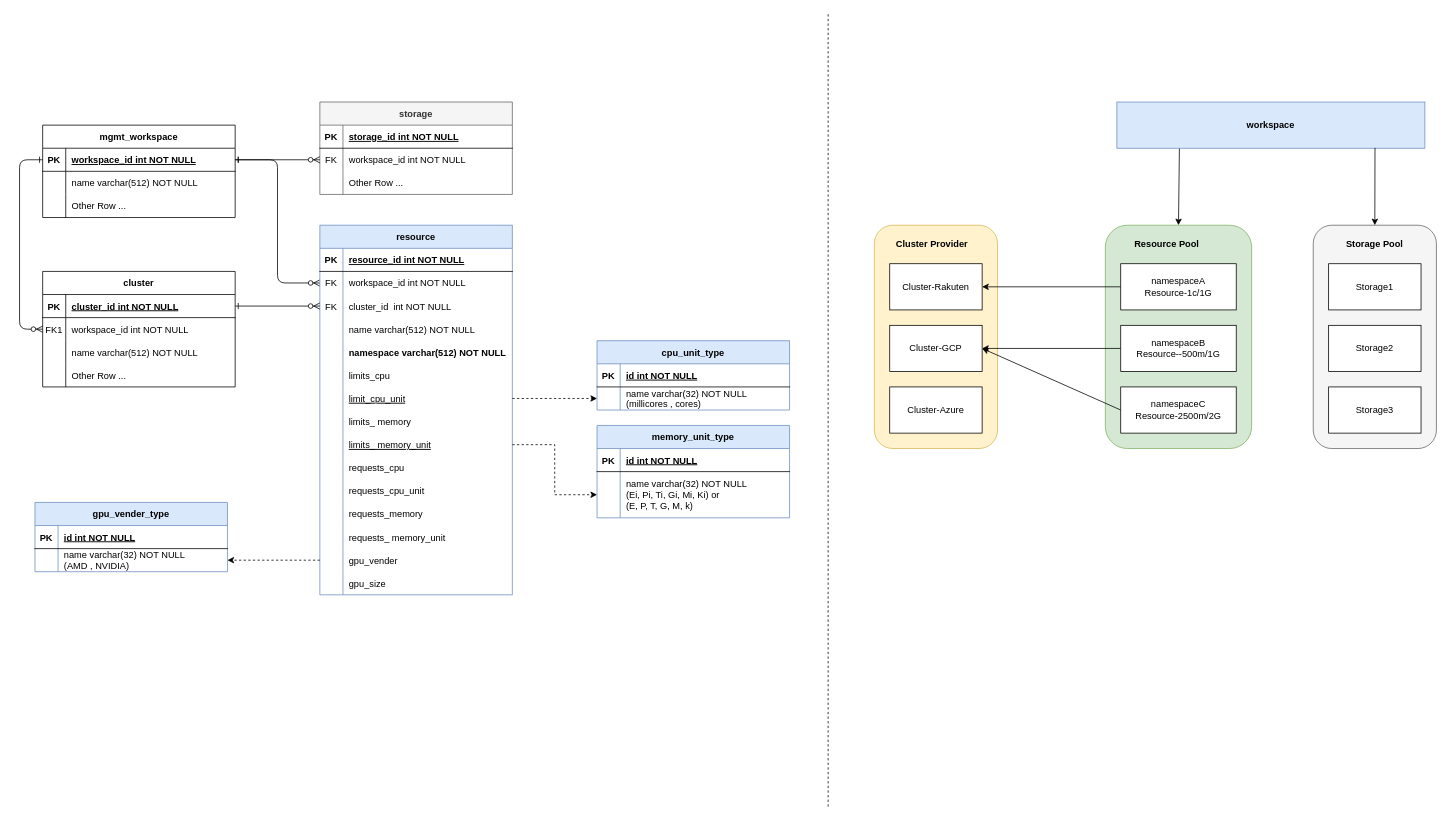
The draw.io diagram page "Page-1" (1 of 2) of Resource_Pool2.drawio in LiuJin1203/graph, before the edit. Source tidied: cells renumbered, new cells numbered last; positions are measured from the earlier drawing's top-left corner, leaving out a move shared by most shapes. Both pictures are drawn from the tidied source at 77%, with x=0, y=0 at pixel (19, 13).
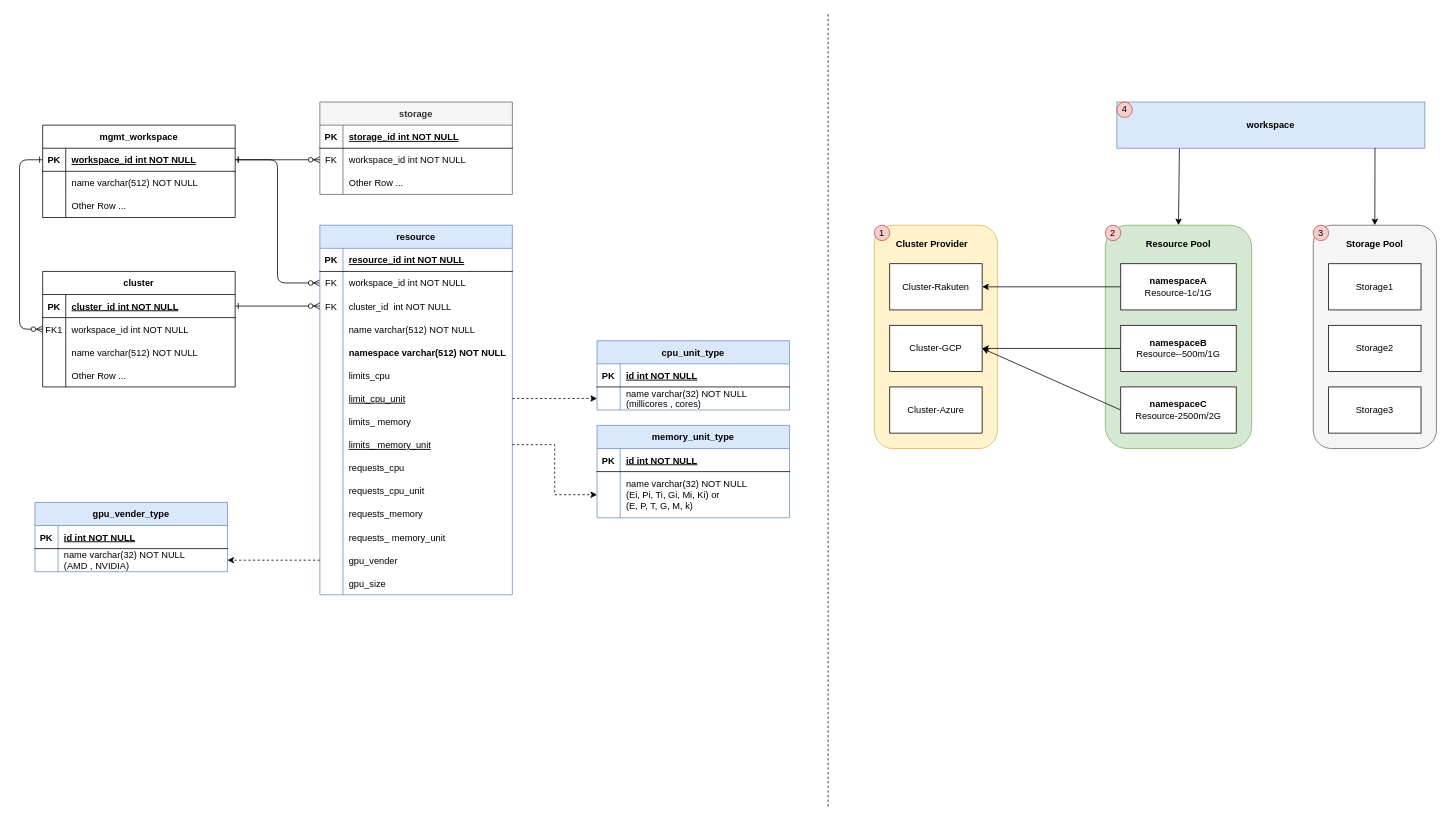
Above is the later version.

Unchanged cells that the change refers to:
```xml
<mxCell id="112" style="group;" parent="1" vertex="1">
  <mxGeometry x="1110" y="275" width="160" height="290" as="geometry" />
</mxCell>
<mxCell id="118" style="group;" parent="1" vertex="1">
  <mxGeometry x="1680" y="275" width="160" height="290" as="geometry" />
</mxCell>
```

Diff of the diagram source:
```diff
@@
+    <mxCell id="133" value="1" style="ellipse;whiteSpace=wrap;html=1;fontSize=12;strokeWidth=1;fillColor=#f8cecc;strokeColor=#b85450;" parent="112" vertex="1">
+      <mxGeometry width="20" height="20" as="geometry" />
+    </mxCell>
@@
+    <mxCell id="134" value="3" style="ellipse;whiteSpace=wrap;html=1;fontSize=12;strokeWidth=1;fillColor=#f8cecc;strokeColor=#b85450;" parent="118" vertex="1">
+      <mxGeometry width="20" height="20" as="geometry" />
+    </mxCell>
@@
-    <mxCell id="126" value="namespaceB&lt;br&gt;Resource--500m/1G" style="rounded=0;whiteSpace=wrap;html=1;" parent="1" vertex="1">
+    <mxCell id="126" value="&lt;b&gt;namespaceB&lt;/b&gt;&lt;br&gt;Resource--500m/1G" style="rounded=0;whiteSpace=wrap;html=1;" parent="1" vertex="1">
       <mxGeometry x="1430" y="405" width="150" height="60" as="geometry" />
     </mxCell>
@@
-    <mxCell id="128" value="namespaceC&lt;br&gt;Resource-2500m/2G" style="rounded=0;whiteSpace=wrap;html=1;" parent="1" vertex="1">
+    <mxCell id="128" value="&lt;b&gt;namespaceC&lt;/b&gt;&lt;br&gt;Resource-2500m/2G" style="rounded=0;whiteSpace=wrap;html=1;" parent="1" vertex="1">
       <mxGeometry x="1430" y="485" width="150" height="60" as="geometry" />
     </mxCell>
@@
-    <mxCell id="130" value="namespaceA&lt;br&gt;Resource-1c/1G" style="rounded=0;whiteSpace=wrap;html=1;" parent="1" vertex="1">
+    <mxCell id="130" value="&lt;b&gt;namespaceA&lt;/b&gt;&lt;br&gt;Resource-1c/1G" style="rounded=0;whiteSpace=wrap;html=1;" parent="1" vertex="1">
       <mxGeometry x="1430" y="325" width="150" height="60" as="geometry" />
     </mxCell>
     <mxCell id="131" value="&lt;b&gt;Resource Pool&lt;/b&gt;" style="text;html=1;strokeColor=none;fillColor=none;align=center;verticalAlign=middle;whiteSpace=wrap;rounded=0;" parent="1" vertex="1">
-      <mxGeometry x="1425" y="285" width="130" height="30" as="geometry" />
+      <mxGeometry x="1440" y="285" width="130" height="30" as="geometry" />
     </mxCell>
@@
+    <mxCell id="135" value="2" style="ellipse;whiteSpace=wrap;html=1;fontSize=12;strokeWidth=1;fillColor=#f8cecc;strokeColor=#b85450;" parent="1" vertex="1">
+      <mxGeometry x="1410" y="275" width="20" height="20" as="geometry" />
+    </mxCell>
+    <mxCell id="136" value="4" style="ellipse;whiteSpace=wrap;html=1;fontSize=12;strokeWidth=1;fillColor=#f8cecc;strokeColor=#b85450;" parent="1" vertex="1">
+      <mxGeometry x="1425" y="115" width="20" height="20" as="geometry" />
+    </mxCell>
```
